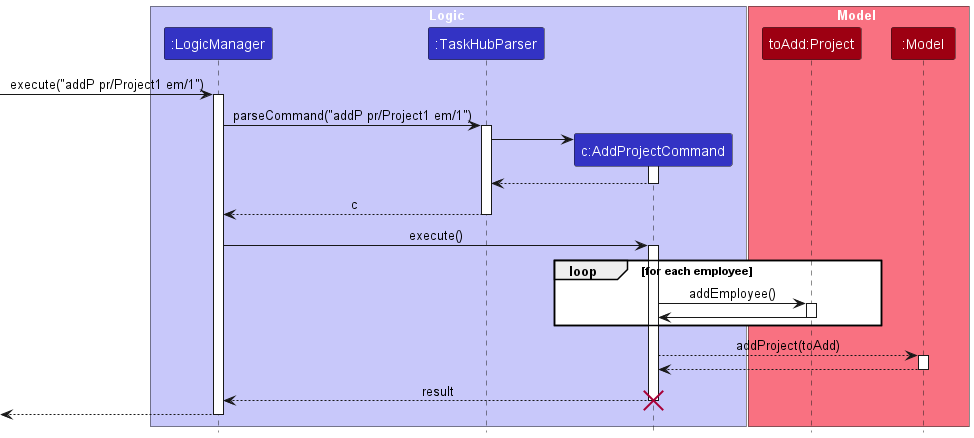
Earlier version of the PlantUML export docs/images/AddPSequenceDiagram.png (rayyan35p/tp). Its diagram source:
```plantuml
@startuml
!include style.puml
skinparam ArrowFontStyle plain

box Logic LOGIC_COLOR_T1
participant ":LogicManager" as LogicManager LOGIC_COLOR
participant ":TaskHubParser" as TaskHubParser LOGIC_COLOR
participant "c:AddProjectCommand" as AddProjectCommand LOGIC_COLOR
end box

box Model MODEL_COLOR_T1
participant "toAdd:Project" as Project MODEL_COLOR
participant ":Model" as Model MODEL_COLOR
end box
[-> LogicManager : execute("addP pr/Project1 em/1")
activate LogicManager

LogicManager -> TaskHubParser : parseCommand("addP pr/Project1 em/1")
activate TaskHubParser

create AddProjectCommand
TaskHubParser -> AddProjectCommand
activate AddProjectCommand

AddProjectCommand --> TaskHubParser
deactivate AddProjectCommand

TaskHubParser --> LogicManager : c
deactivate TaskHubParser

LogicManager -> AddProjectCommand : execute()
activate AddProjectCommand

loop for each employee
AddProjectCommand -> Project : addEmployee()
activate Project
Project -> AddProjectCommand
deactivate Project
end


deactivate Model

AddProjectCommand --> Model : addProject(toAdd)
activate Model
Model --> AddProjectCommand
deactivate Model
AddProjectCommand --> LogicManager : result
destroy AddProjectCommand

[<--LogicManager
deactivate LogicManager
@enduml
```
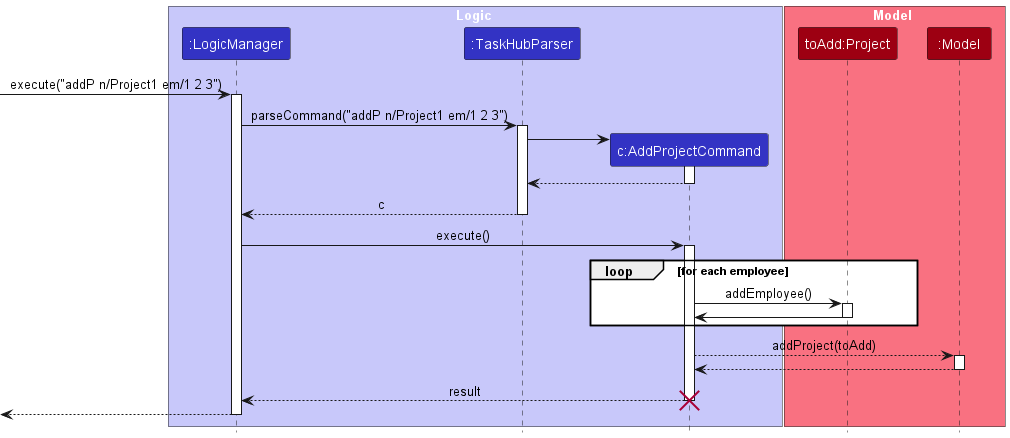
After the commit.

The edit, as a diff of the source:
```diff
@@ -12,10 +12,10 @@
 participant "toAdd:Project" as Project MODEL_COLOR
 participant ":Model" as Model MODEL_COLOR
 end box
-[-> LogicManager : execute("addP pr/Project1 em/1")
+[-> LogicManager : execute("addP n/Project1 em/1 2 3")
 activate LogicManager
 
-LogicManager -> TaskHubParser : parseCommand("addP pr/Project1 em/1")
+LogicManager -> TaskHubParser : parseCommand("addP n/Project1 em/1 2 3")
 activate TaskHubParser
 
 create AddProjectCommand
```
